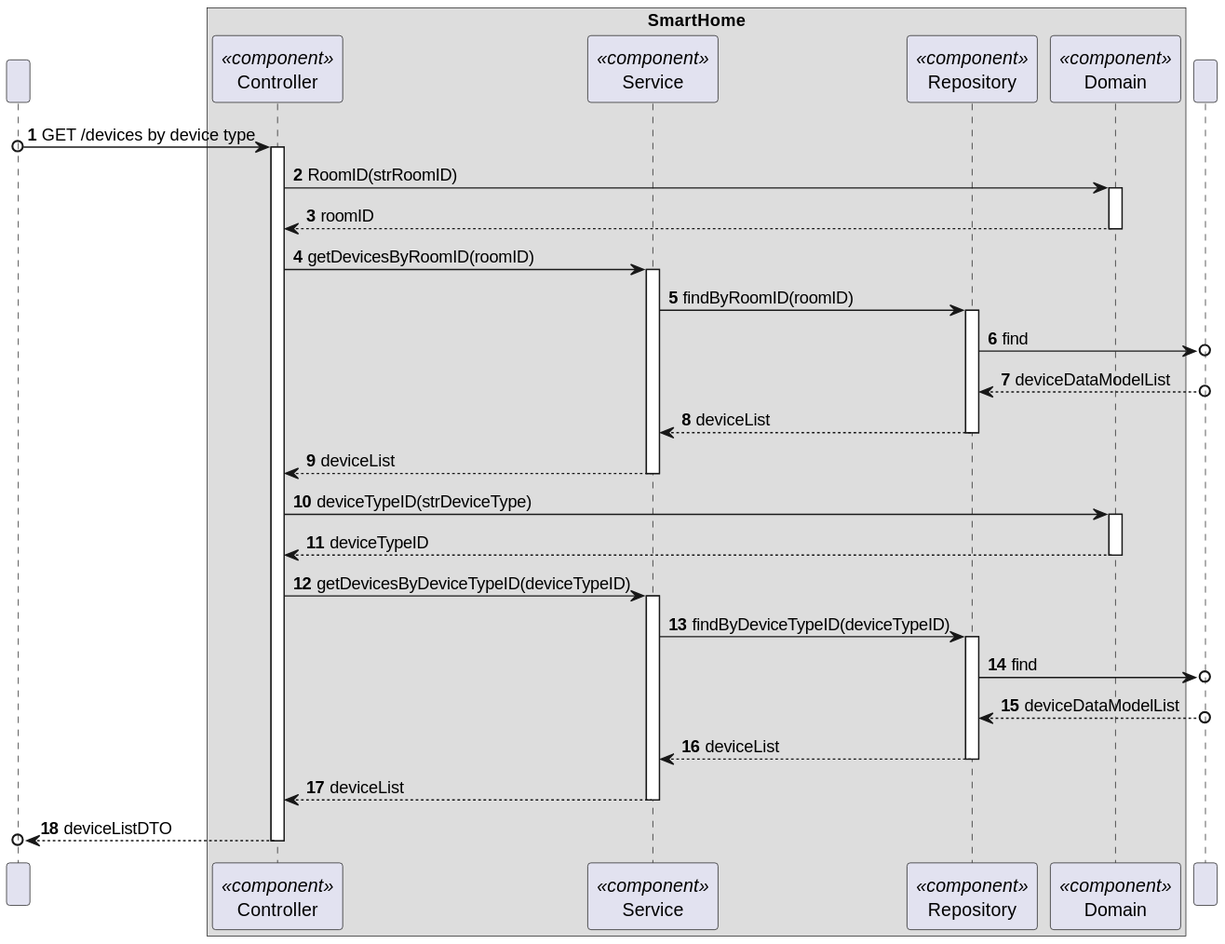
The PlantUML diagram docs/C4_4plus1_models/Level4/ProcessView/ProcessViewLevel4_UC12_v1.svg in moutajDev/smarthome, before a commit.
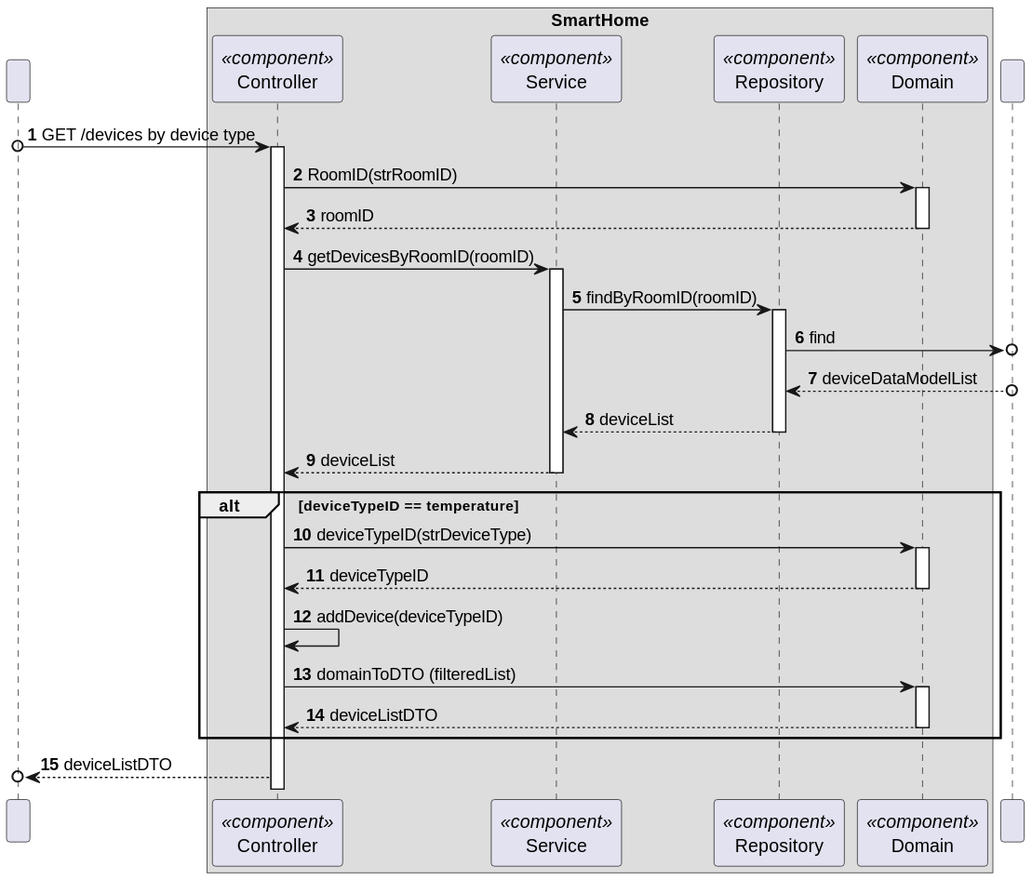
After the change.

Commit message:
docs: process view level 2 and 3 UC12

What changed in the source:
```diff
@@ -41,28 +41,24 @@
 deactivate REPO
 deactivate SV
 
+
+
+alt deviceTypeID == temperature
 CTRL -> DOM : deviceTypeID(strDeviceType)
 activate DOM
 
 DOM --> CTRL : deviceTypeID
 deactivate DOM
 
-CTRL -> SV : getDevicesByDeviceTypeID(deviceTypeID)
-activate SV
+CTRL -> CTRL : addDevice(deviceTypeID)
 
-SV -> REPO : findByDeviceTypeID(deviceTypeID)
-activate REPO
+CTRL -> DOM : domainToDTO (filteredList)
+activate DOM
 
-REPO ->o BD : find
+DOM --> CTRL : deviceListDTO
+deactivate DOM
 
-BD o--> REPO : deviceDataModelList
-
-REPO --> SV : deviceList
-deactivate REPO
-
-SV --> CTRL : deviceList
-deactivate SV
+end
 
 CTRL -->o User :deviceListDTO
-deactivate CTRL
 @enduml
```
